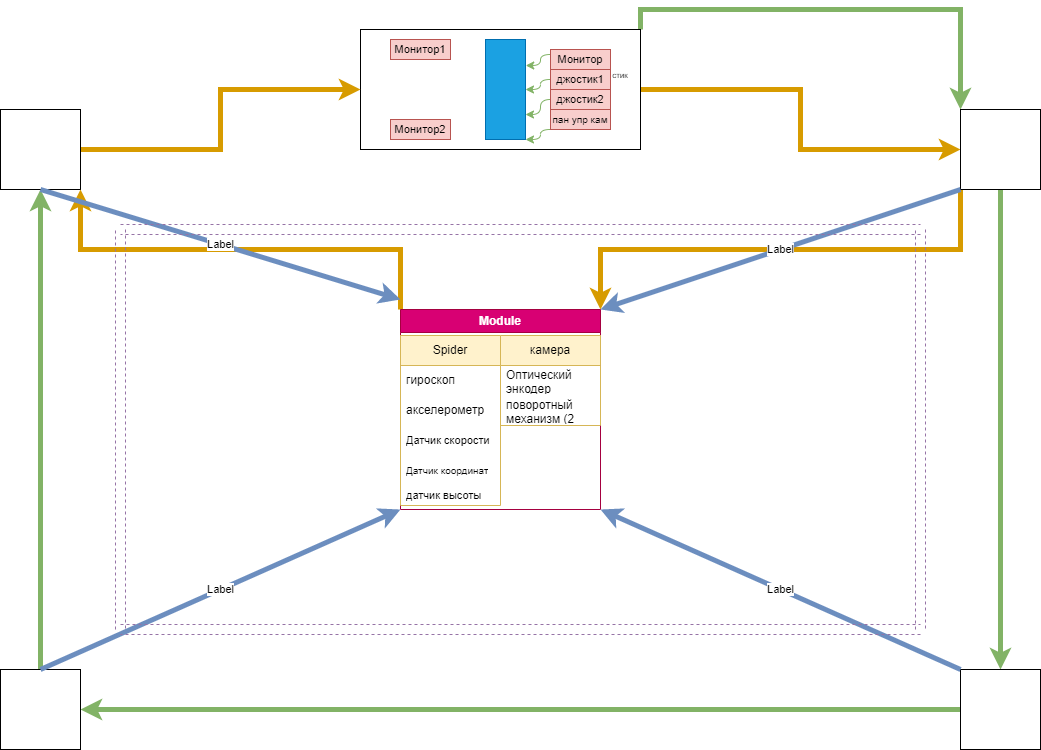
The draw.io diagram spider.drawio.png in IgorEzerskiy/diagrams, before a commit. Source tidied: cells renumbered, new cells last; positions are measured from the earlier drawing's top-left corner, leaving out a move shared by most shapes.
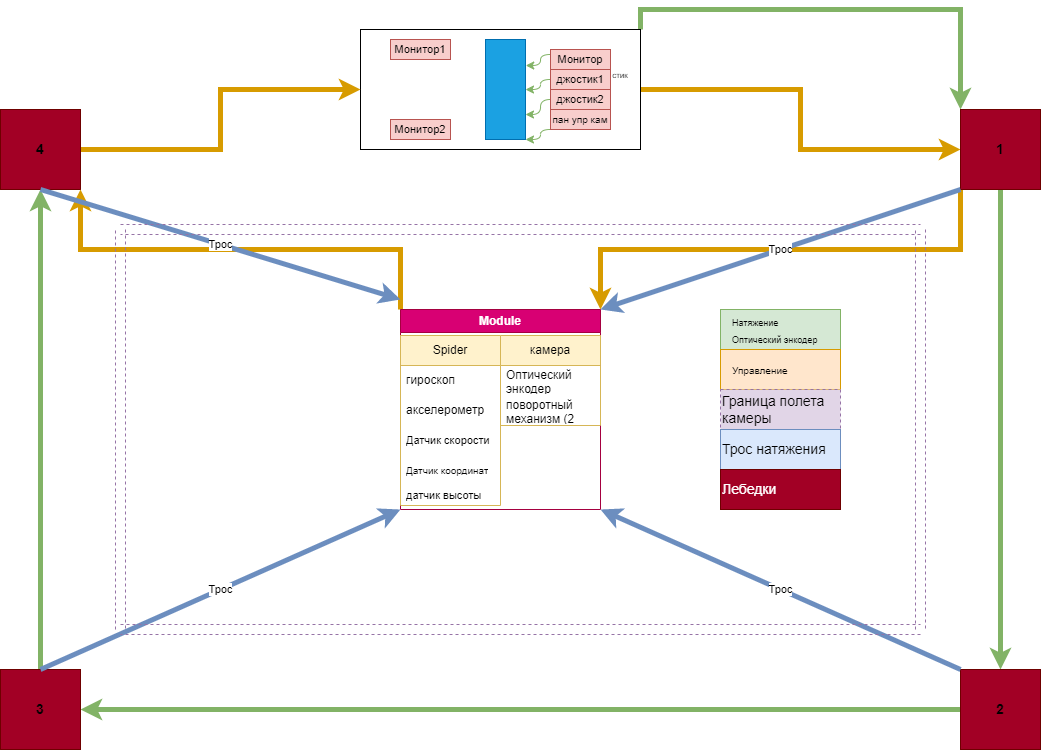
Later version of the same file.

What changed in the source:
```diff
@@ -14,7 +14,7 @@
     <mxCell id="5" style="edgeStyle=orthogonalEdgeStyle;rounded=0;jettySize=auto;html=1;exitX=1;exitY=0.5;exitDx=0;exitDy=0;entryX=0;entryY=0.5;entryDx=0;entryDy=0;strokeWidth=5;fillColor=#ffe6cc;strokeColor=#d79b00;" parent="1" edge="1" source="6" target="4">
       <mxGeometry relative="1" as="geometry" />
     </mxCell>
-    <mxCell id="6" style="whiteSpace=wrap;html=1;" parent="1" vertex="1">
+    <mxCell id="6" style="whiteSpace=wrap;html=1;fillColor=#a20025;strokeColor=#6F0000;fontColor=#ffffff;" parent="1" vertex="1">
       <mxGeometry y="80" width="80" height="80" as="geometry" />
     </mxCell>
     <mxCell id="7" style="edgeStyle=orthogonalEdgeStyle;rounded=0;jettySize=auto;html=1;exitX=0.5;exitY=1;exitDx=0;exitDy=0;strokeWidth=5;fillColor=#d5e8d4;strokeColor=#82b366;" parent="1" edge="1" source="9" target="11">
@@ -23,19 +23,19 @@
     <mxCell id="8" style="edgeStyle=orthogonalEdgeStyle;rounded=0;jettySize=auto;html=1;exitX=0;exitY=1;exitDx=0;exitDy=0;entryX=1;entryY=0;entryDx=0;entryDy=0;strokeWidth=5;fillColor=#ffe6cc;strokeColor=#d79b00;" parent="1" edge="1" source="9" target="15">
       <mxGeometry relative="1" as="geometry" />
     </mxCell>
-    <mxCell id="9" style="whiteSpace=wrap;html=1;" parent="1" vertex="1">
+    <mxCell id="9" style="whiteSpace=wrap;html=1;fillColor=#a20025;strokeColor=#6F0000;fontColor=#ffffff;" parent="1" vertex="1">
       <mxGeometry x="960" y="80" width="80" height="80" as="geometry" />
     </mxCell>
     <mxCell id="10" style="edgeStyle=orthogonalEdgeStyle;rounded=0;jettySize=auto;html=1;exitX=0;exitY=0.5;exitDx=0;exitDy=0;entryX=1;entryY=0.5;entryDx=0;entryDy=0;strokeWidth=5;fillColor=#d5e8d4;strokeColor=#82b366;" parent="1" edge="1" source="11" target="13">
       <mxGeometry relative="1" as="geometry" />
     </mxCell>
-    <mxCell id="11" style="whiteSpace=wrap;html=1;" parent="1" vertex="1">
+    <mxCell id="11" style="whiteSpace=wrap;html=1;fillColor=#a20025;strokeColor=#6F0000;fontColor=#ffffff;" parent="1" vertex="1">
       <mxGeometry x="960" y="640" width="80" height="80" as="geometry" />
     </mxCell>
     <mxCell id="12" style="edgeStyle=orthogonalEdgeStyle;rounded=0;jettySize=auto;html=1;exitX=0.5;exitY=0;exitDx=0;exitDy=0;entryX=0.5;entryY=1;entryDx=0;entryDy=0;strokeWidth=5;fillColor=#d5e8d4;strokeColor=#82b366;" parent="1" edge="1" source="13" target="6">
       <mxGeometry relative="1" as="geometry" />
     </mxCell>
-    <mxCell id="13" style="whiteSpace=wrap;html=1;" parent="1" vertex="1">
+    <mxCell id="13" style="whiteSpace=wrap;html=1;fillColor=#a20025;strokeColor=#6F0000;fontColor=#ffffff;" parent="1" vertex="1">
       <mxGeometry y="640" width="80" height="80" as="geometry" />
     </mxCell>
     <mxCell id="14" style="edgeStyle=orthogonalEdgeStyle;rounded=0;jettySize=auto;html=1;exitX=0;exitY=0;exitDx=0;exitDy=0;entryX=1;entryY=1;entryDx=0;entryDy=0;strokeWidth=5;fillColor=#ffe6cc;strokeColor=#d79b00;" parent="1" edge="1" source="15" target="6">
@@ -76,13 +76,13 @@
         <mxPoint x="40" y="640" as="sourcePoint" />
       </mxGeometry>
     </mxCell>
-    <mxCell id="26" value="Label" style="edgeLabel;html=1;align=center;verticalAlign=middle;" parent="25" vertex="1">
+    <mxCell id="26" value="Трос" style="edgeLabel;html=1;align=center;verticalAlign=middle;" parent="25" vertex="1">
       <mxGeometry relative="1" as="geometry" />
     </mxCell>
     <mxCell id="27" style="endArrow=classic;html=1;rounded=0;strokeWidth=5;entryX=1;entryY=1;entryDx=0;entryDy=0;exitX=0;exitY=0;exitDx=0;exitDy=0;fillColor=#dae8fc;strokeColor=#6c8ebf;" parent="1" edge="1" source="11" target="15">
       <mxGeometry relative="1" as="geometry" />
     </mxCell>
-    <mxCell id="28" value="Label" style="edgeLabel;html=1;align=center;verticalAlign=middle;" parent="27" vertex="1">
+    <mxCell id="28" value="Трос" style="edgeLabel;html=1;align=center;verticalAlign=middle;" parent="27" vertex="1">
       <mxGeometry relative="1" as="geometry" />
     </mxCell>
     <mxCell id="29" style="endArrow=classic;html=1;rounded=0;strokeWidth=5;fillColor=#dae8fc;strokeColor=#6c8ebf;" parent="1" edge="1">
@@ -91,13 +91,13 @@
         <mxPoint x="400" y="270" as="targetPoint" />
       </mxGeometry>
     </mxCell>
-    <mxCell id="30" value="Label" style="edgeLabel;html=1;align=center;verticalAlign=middle;" parent="29" vertex="1">
+    <mxCell id="30" value="Трос" style="edgeLabel;html=1;align=center;verticalAlign=middle;" parent="29" vertex="1">
       <mxGeometry relative="1" as="geometry" />
     </mxCell>
     <mxCell id="31" style="endArrow=classic;html=1;rounded=0;strokeWidth=5;entryX=1;entryY=0;entryDx=0;entryDy=0;exitX=0;exitY=1;exitDx=0;exitDy=0;fillColor=#dae8fc;strokeColor=#6c8ebf;" parent="1" edge="1" source="9" target="15">
       <mxGeometry relative="1" as="geometry" />
     </mxCell>
-    <mxCell id="32" value="Label" style="edgeLabel;html=1;align=center;verticalAlign=middle;" parent="31" vertex="1">
+    <mxCell id="32" value="Трос" style="edgeLabel;html=1;align=center;verticalAlign=middle;" parent="31" vertex="1">
       <mxGeometry relative="1" as="geometry" />
     </mxCell>
     <mxCell id="33" style="shape=link;html=1;rounded=0;strokeWidth=1;width=10;dashed=1;fillColor=#e1d5e7;strokeColor=#9673a6;" parent="1" edge="1">
@@ -180,5 +180,44 @@
     <mxCell id="48" value="Монитор2" style="text;html=1;strokeColor=#b85450;fillColor=#f8cecc;align=center;verticalAlign=middle;whiteSpace=wrap;rounded=0;fontSize=11;sketch=0;shadow=0;" parent="1" vertex="1">
       <mxGeometry x="390" y="90" width="60" height="20" as="geometry" />
     </mxCell>
+    <mxCell id="49" value="&lt;font style=&quot;font-size: 14px;&quot;&gt;&lt;b&gt;3&lt;/b&gt;&lt;/font&gt;" style="text;html=1;strokeColor=none;fillColor=none;align=center;verticalAlign=middle;whiteSpace=wrap;rounded=0;shadow=0;sketch=0;fontSize=8;" parent="1" vertex="1">
+      <mxGeometry x="10" y="665" width="60" height="30" as="geometry" />
+    </mxCell>
+    <mxCell id="50" value="&lt;font style=&quot;font-size: 14px;&quot;&gt;&lt;b&gt;4&lt;/b&gt;&lt;/font&gt;" style="text;html=1;strokeColor=none;fillColor=none;align=center;verticalAlign=middle;whiteSpace=wrap;rounded=0;shadow=0;sketch=0;fontSize=8;" parent="1" vertex="1">
+      <mxGeometry x="10" y="105" width="60" height="30" as="geometry" />
+    </mxCell>
+    <mxCell id="51" value="&lt;b&gt;&lt;font style=&quot;font-size: 14px;&quot;&gt;2&lt;/font&gt;&lt;/b&gt;" style="text;html=1;strokeColor=none;fillColor=none;align=center;verticalAlign=middle;whiteSpace=wrap;rounded=0;shadow=0;sketch=0;fontSize=8;" parent="1" vertex="1">
+      <mxGeometry x="970" y="665" width="60" height="30" as="geometry" />
+    </mxCell>
+    <mxCell id="52" value="&lt;font style=&quot;font-size: 14px;&quot;&gt;&lt;b&gt;1&lt;/b&gt;&lt;/font&gt;" style="text;html=1;strokeColor=none;fillColor=none;align=center;verticalAlign=middle;whiteSpace=wrap;rounded=0;shadow=0;sketch=0;fontSize=8;" parent="1" vertex="1">
+      <mxGeometry x="970" y="105" width="60" height="30" as="geometry" />
+    </mxCell>
+    <mxCell id="53" style="rounded=0;whiteSpace=wrap;html=1;shadow=0;sketch=0;strokeColor=#82b366;fontSize=14;fillColor=#d5e8d4;" parent="1" vertex="1">
+      <mxGeometry x="720" y="280" width="120" height="40" as="geometry" />
+    </mxCell>
+    <mxCell id="54" value="&lt;font style=&quot;font-size: 9px;&quot;&gt;&lt;span style=&quot;background-color: initial;&quot;&gt;Натяжение&lt;/span&gt;&lt;br&gt;&lt;span style=&quot;background-color: initial;&quot;&gt;Оптический энкодер&lt;/span&gt;&lt;/font&gt;" style="text;html=1;strokeColor=none;fillColor=none;align=left;verticalAlign=middle;whiteSpace=wrap;rounded=0;shadow=0;sketch=0;fontSize=14;" parent="1" vertex="1">
+      <mxGeometry x="730" y="285" width="100" height="30" as="geometry" />
+    </mxCell>
+    <mxCell id="55" style="rounded=0;whiteSpace=wrap;html=1;shadow=0;sketch=0;strokeColor=#d79b00;fontSize=14;fillColor=#ffe6cc;" parent="1" vertex="1">
+      <mxGeometry x="720" y="320" width="120" height="40" as="geometry" />
+    </mxCell>
+    <mxCell id="56" value="&lt;font size=&quot;1&quot;&gt;Управление&lt;/font&gt;" style="text;html=1;strokeColor=none;fillColor=#ffe6cc;align=left;verticalAlign=middle;whiteSpace=wrap;rounded=0;shadow=0;sketch=0;fontSize=14;" parent="1" vertex="1">
+      <mxGeometry x="730" y="325" width="100" height="30" as="geometry" />
+    </mxCell>
+    <mxCell id="57" value="&lt;font size=&quot;1&quot;&gt;Управление&lt;/font&gt;" style="text;html=1;strokeColor=none;fillColor=#ffe6cc;align=left;verticalAlign=middle;whiteSpace=wrap;rounded=0;shadow=0;sketch=0;fontSize=14;" parent="1" vertex="1">
+      <mxGeometry x="730" y="365" width="100" height="30" as="geometry" />
+    </mxCell>
+    <mxCell id="58" value="Граница полета камеры" style="rounded=0;whiteSpace=wrap;html=1;shadow=0;sketch=0;strokeColor=#9673a6;fontSize=14;fillColor=#e1d5e7;dashed=1;align=left;" parent="1" vertex="1">
+      <mxGeometry x="720" y="360" width="120" height="40" as="geometry" />
+    </mxCell>
+    <mxCell id="59" value="&lt;font size=&quot;1&quot;&gt;Управление&lt;/font&gt;" style="text;html=1;strokeColor=none;fillColor=#ffe6cc;align=left;verticalAlign=middle;whiteSpace=wrap;rounded=0;shadow=0;sketch=0;fontSize=14;" parent="1" vertex="1">
+      <mxGeometry x="730" y="405" width="100" height="30" as="geometry" />
+    </mxCell>
+    <mxCell id="60" value="Трос натяжения" style="rounded=0;whiteSpace=wrap;html=1;shadow=0;sketch=0;strokeColor=#6c8ebf;fontSize=14;fillColor=#dae8fc;align=left;" parent="1" vertex="1">
+      <mxGeometry x="720" y="400" width="120" height="40" as="geometry" />
+    </mxCell>
+    <mxCell id="61" value="Лебедки" style="rounded=0;whiteSpace=wrap;html=1;shadow=0;sketch=0;strokeColor=#6F0000;fontSize=14;fillColor=#a20025;align=left;fontColor=#ffffff;" parent="1" vertex="1">
+      <mxGeometry x="720" y="440" width="120" height="40" as="geometry" />
+    </mxCell>
   </root>
 </mxGraphModel>
```
